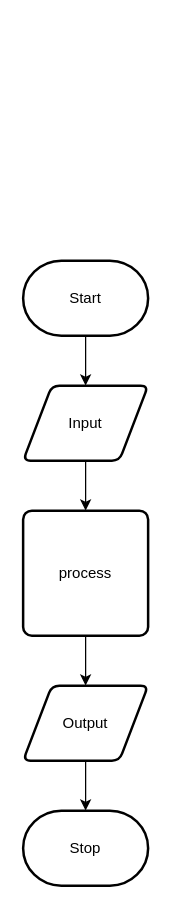
Earlier version of the draw.io diagram design/flow-chart.drawio (Liya-Getachew/ICS2O-Unit6-03-JSON). Source tidied: cells renumbered, new cells numbered last; positions are measured from the earlier drawing's top-left corner, leaving out a move shared by most shapes. Both pictures are drawn from the tidied source at 125%, with x=0, y=0 at pixel (22, 260).
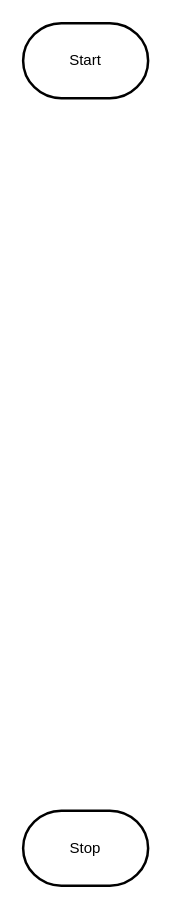
After the change.

What changed in the source:
```diff
@@
 <mxGraphModel>
   <root>
     <mxCell id="0" />
     <mxCell id="1" parent="0" />
-    <mxCell id="2" style="edgeStyle=none;html=1;" parent="1" edge="1" source="3" target="5">
-      <mxGeometry relative="1" as="geometry" />
-    </mxCell>
     <mxCell id="3" value="Start" style="strokeWidth=2;html=1;shape=mxgraph.flowchart.terminator;whiteSpace=wrap;" parent="1" vertex="1">
-      <mxGeometry width="100" height="60" as="geometry" />
+      <mxGeometry y="-190" width="100" height="60" as="geometry" />
     </mxCell>
-    <mxCell id="4" style="edgeStyle=none;html=1;" parent="1" edge="1" source="5" target="7">
-      <mxGeometry relative="1" as="geometry" />
-    </mxCell>
-    <mxCell id="5" value="Input" style="shape=parallelogram;html=1;strokeWidth=2;perimeter=parallelogramPerimeter;whiteSpace=wrap;rounded=1;arcSize=12;size=0.23;" parent="1" vertex="1">
-      <mxGeometry y="100" width="100" height="60" as="geometry" />
-    </mxCell>
-    <mxCell id="6" style="edgeStyle=none;html=1;" parent="1" edge="1" source="7" target="9">
-      <mxGeometry relative="1" as="geometry" />
-    </mxCell>
-    <mxCell id="7" value="process" style="rounded=1;whiteSpace=wrap;html=1;absoluteArcSize=1;arcSize=14;strokeWidth=2;" parent="1" vertex="1">
-      <mxGeometry y="200" width="100" height="100" as="geometry" />
-    </mxCell>
-    <mxCell id="8" style="edgeStyle=none;html=1;" parent="1" edge="1" source="9" target="10">
-      <mxGeometry relative="1" as="geometry" />
-    </mxCell>
-    <mxCell id="9" value="Output" style="shape=parallelogram;html=1;strokeWidth=2;perimeter=parallelogramPerimeter;whiteSpace=wrap;rounded=1;arcSize=12;size=0.23;" parent="1" vertex="1">
-      <mxGeometry y="340" width="100" height="60" as="geometry" />
-    </mxCell>
     <mxCell id="10" value="Stop" style="strokeWidth=2;html=1;shape=mxgraph.flowchart.terminator;whiteSpace=wrap;" parent="1" vertex="1">
       <mxGeometry y="440" width="100" height="60" as="geometry" />
     </mxCell>
   </root>
 </mxGraphModel>
```
